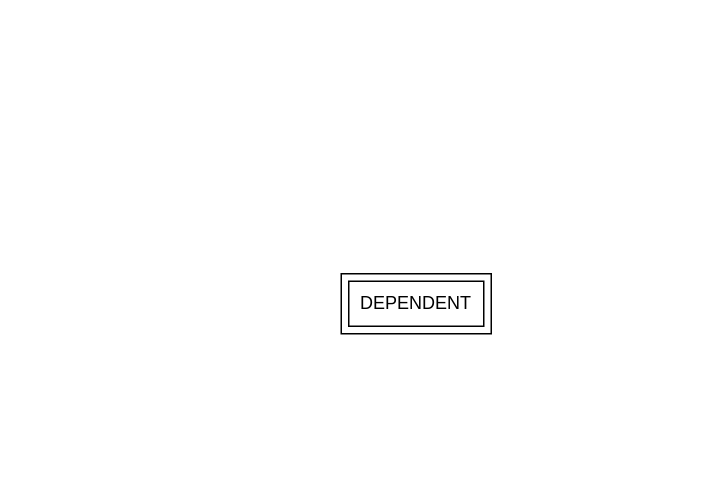
The draw.io diagram day3.drawio in hoThanhThien/ctdl-gt, before the edit. Source tidied: cells renumbered, new cells numbered last; positions are measured from the earlier drawing's top-left corner, leaving out a move shared by most shapes. Both pictures are drawn from the tidied source at 150%, with x=0, y=0 at pixel (340, 273).
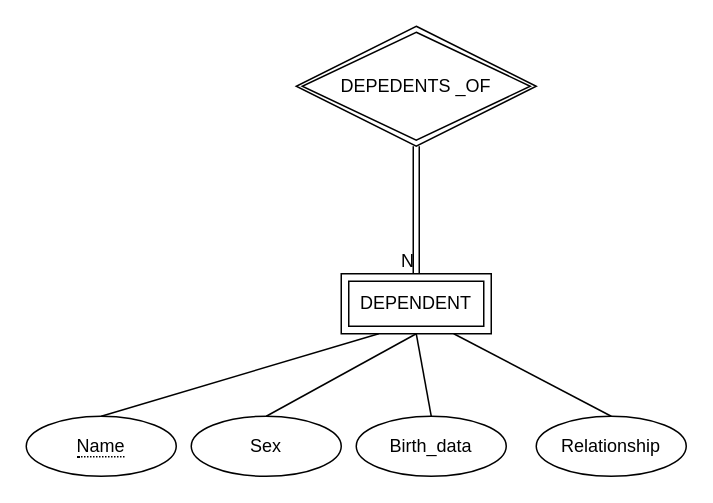
Above is the later version.

Commit message (it also covers changes not shown here):
Cập nhật day3.drawio

What changed in the source:
```diff
@@
 <mxGraphModel>
   <root>
     <mxCell id="0" />
     <mxCell id="1" parent="0" />
     <mxCell id="2" value="DEPENDENT" style="shape=ext;margin=3;double=1;whiteSpace=wrap;html=1;align=center;" parent="1" vertex="1">
       <mxGeometry width="100" height="40" as="geometry" />
     </mxCell>
+    <mxCell id="3" value="DEPEDENTS _OF" style="shape=rhombus;double=1;perimeter=rhombusPerimeter;whiteSpace=wrap;html=1;align=center;" parent="1" vertex="1">
+      <mxGeometry x="-30" y="-165" width="160" height="80" as="geometry" />
+    </mxCell>
+    <mxCell id="4" style="shape=link;html=1;rounded=0;exitX=0.5;exitY=1;exitDx=0;exitDy=0;entryX=0.5;entryY=0;entryDx=0;entryDy=0;" parent="1" edge="1" source="3" target="2">
+      <mxGeometry relative="1" as="geometry" />
+    </mxCell>
+    <mxCell id="5" value="N" style="html=1;whiteSpace=wrap;align=right;verticalAlign=bottom;" parent="4" vertex="1">
+      <mxGeometry x="1" relative="1" as="geometry" />
+    </mxCell>
+    <mxCell id="6" value="Sex" style="ellipse;whiteSpace=wrap;html=1;align=center;" parent="1" vertex="1">
+      <mxGeometry x="-100" y="95" width="100" height="40" as="geometry" />
+    </mxCell>
+    <mxCell id="7" value="Birth_data" style="ellipse;whiteSpace=wrap;html=1;align=center;" parent="1" vertex="1">
+      <mxGeometry x="10" y="95" width="100" height="40" as="geometry" />
+    </mxCell>
+    <mxCell id="8" value="Relationship" style="ellipse;whiteSpace=wrap;html=1;align=center;" parent="1" vertex="1">
+      <mxGeometry x="130" y="95" width="100" height="40" as="geometry" />
+    </mxCell>
+    <mxCell id="9" value="&lt;span style=&quot;border-bottom: 1px dotted&quot;&gt;Name&lt;/span&gt;" style="ellipse;whiteSpace=wrap;html=1;align=center;" parent="1" vertex="1">
+      <mxGeometry x="-210" y="95" width="100" height="40" as="geometry" />
+    </mxCell>
+    <mxCell id="10" style="endArrow=none;html=1;rounded=0;exitX=0.5;exitY=0;exitDx=0;exitDy=0;entryX=0.25;entryY=1;entryDx=0;entryDy=0;" parent="1" edge="1" source="9" target="2">
+      <mxGeometry relative="1" as="geometry" />
+    </mxCell>
+    <mxCell id="11" style="endArrow=none;html=1;rounded=0;exitX=0.5;exitY=0;exitDx=0;exitDy=0;entryX=0.5;entryY=1;entryDx=0;entryDy=0;" parent="1" edge="1" source="6" target="2">
+      <mxGeometry relative="1" as="geometry" />
+    </mxCell>
+    <mxCell id="12" style="endArrow=none;html=1;rounded=0;exitX=0.5;exitY=0;exitDx=0;exitDy=0;entryX=0.5;entryY=1;entryDx=0;entryDy=0;" parent="1" edge="1" source="7" target="2">
+      <mxGeometry relative="1" as="geometry" />
+    </mxCell>
+    <mxCell id="13" style="endArrow=none;html=1;rounded=0;exitX=0.5;exitY=0;exitDx=0;exitDy=0;entryX=0.75;entryY=1;entryDx=0;entryDy=0;" parent="1" edge="1" source="8" target="2">
+      <mxGeometry relative="1" as="geometry" />
+    </mxCell>
   </root>
 </mxGraphModel>
```
